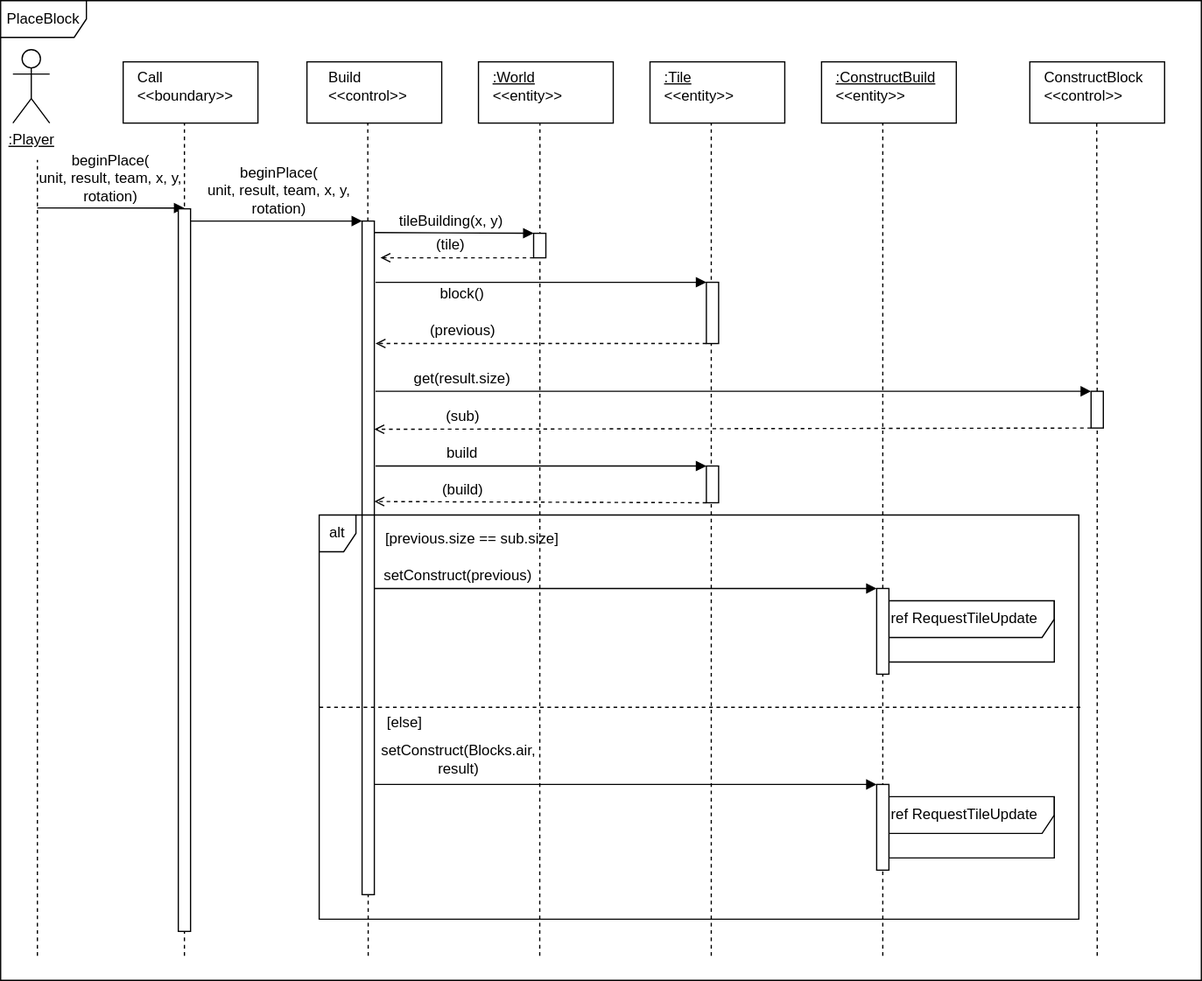
Before: SE202526/Milestone3/UserStory2/assets/seqPlaceBlock.svg, a diagram exported from draw.io (gabits17/Mindustry-Add-ons-SE-Project). Source tidied: cells renumbered, new cells last; positions are measured from the earlier drawing's top-left corner, leaving out a move shared by most shapes.
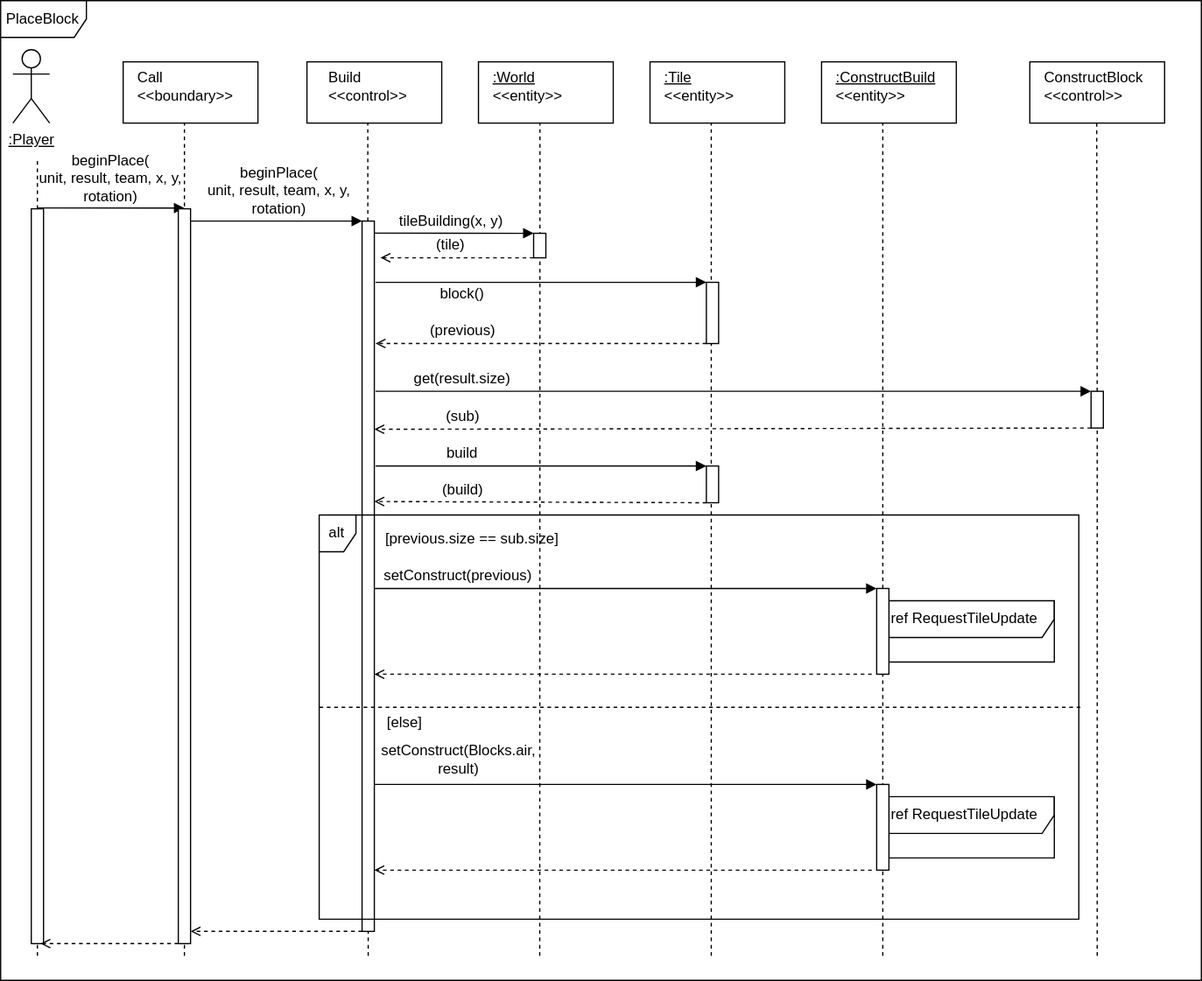
The same diagram one commit later.

Diff of the diagram source:
```diff
@@ -23,9 +23,8 @@
     <mxCell id="8" value="&lt;div style=&quot;&quot;&gt;&lt;div&gt;&lt;span style=&quot;background-color: transparent; color: light-dark(rgb(0, 0, 0), rgb(255, 255, 255));&quot;&gt;&lt;u&gt;:World&lt;/u&gt;&lt;/span&gt;&lt;/div&gt;&lt;div&gt;&amp;lt;&amp;lt;entity&amp;gt;&amp;gt;&lt;/div&gt;&lt;/div&gt;" style="text;html=1;whiteSpace=wrap;strokeColor=none;fillColor=none;align=left;verticalAlign=middle;rounded=0;" parent="1" vertex="1">
       <mxGeometry x="400" y="55" width="60" height="30" as="geometry" />
     </mxCell>
-    <mxCell id="9" style="endArrow=none;dashed=1;html=1;rounded=0;" parent="1" edge="1">
+    <mxCell id="9" style="endArrow=none;dashed=1;html=1;rounded=0;" parent="1" edge="1" source="66">
       <mxGeometry relative="1" as="geometry">
-        <mxPoint x="30" y="780" as="sourcePoint" />
         <mxPoint x="30" y="130" as="targetPoint" />
       </mxGeometry>
     </mxCell>
@@ -93,7 +92,7 @@
       </mxGeometry>
     </mxCell>
     <mxCell id="26" style="rounded=0;whiteSpace=wrap;html=1;" parent="1" vertex="1">
-      <mxGeometry x="295" y="180" width="10" height="550" as="geometry" />
+      <mxGeometry x="295" y="180" width="10" height="580" as="geometry" />
     </mxCell>
     <mxCell id="27" value="&lt;div&gt;(tile)&lt;/div&gt;" style="text;html=1;whiteSpace=wrap;strokeColor=none;fillColor=none;align=center;verticalAlign=middle;rounded=0;" parent="1" vertex="1">
       <mxGeometry x="330" y="190" width="75" height="20" as="geometry" />
@@ -231,7 +230,35 @@
       <mxGeometry x="715" y="640" width="10" height="70" as="geometry" />
     </mxCell>
     <mxCell id="62" style="rounded=0;whiteSpace=wrap;html=1;" parent="1" vertex="1">
-      <mxGeometry x="145" y="170" width="10" height="590" as="geometry" />
+      <mxGeometry x="145" y="170" width="10" height="600" as="geometry" />
     </mxCell>
+    <mxCell id="63" style="endArrow=open;html=1;rounded=0;endFill=0;exitX=0;exitY=1;exitDx=0;exitDy=0;dashed=1;" parent="1" edge="1">
+      <mxGeometry relative="1" as="geometry">
+        <mxPoint x="711" y="550" as="sourcePoint" />
+        <mxPoint x="305" y="550" as="targetPoint" />
+      </mxGeometry>
+    </mxCell>
+    <mxCell id="64" style="endArrow=open;html=1;rounded=0;endFill=0;exitX=0;exitY=1;exitDx=0;exitDy=0;dashed=1;" parent="1" edge="1">
+      <mxGeometry relative="1" as="geometry">
+        <mxPoint x="711" y="710" as="sourcePoint" />
+        <mxPoint x="305" y="710" as="targetPoint" />
+      </mxGeometry>
+    </mxCell>
+    <mxCell id="65" style="endArrow=none;dashed=1;html=1;rounded=0;" parent="1" edge="1" target="66">
+      <mxGeometry relative="1" as="geometry">
+        <mxPoint x="30" y="780" as="sourcePoint" />
+      </mxGeometry>
+    </mxCell>
+    <mxCell id="66" style="rounded=0;whiteSpace=wrap;html=1;" parent="1" vertex="1">
+      <mxGeometry x="25" y="170" width="10" height="600" as="geometry" />
+    </mxCell>
+    <mxCell id="67" style="endArrow=open;html=1;rounded=0;endFill=0;exitX=0;exitY=1;exitDx=0;exitDy=0;dashed=1;" parent="1" edge="1" source="26">
+      <mxGeometry relative="1" as="geometry">
+        <mxPoint x="155" y="760" as="targetPoint" />
+      </mxGeometry>
+    </mxCell>
+    <mxCell id="68" style="endArrow=open;html=1;rounded=0;endFill=0;dashed=1;exitX=0;exitY=1;exitDx=0;exitDy=0;entryX=0.75;entryY=1;entryDx=0;entryDy=0;" parent="1" edge="1" source="62" target="66">
+      <mxGeometry relative="1" as="geometry" />
+    </mxCell>
   </root>
 </mxGraphModel>
```
